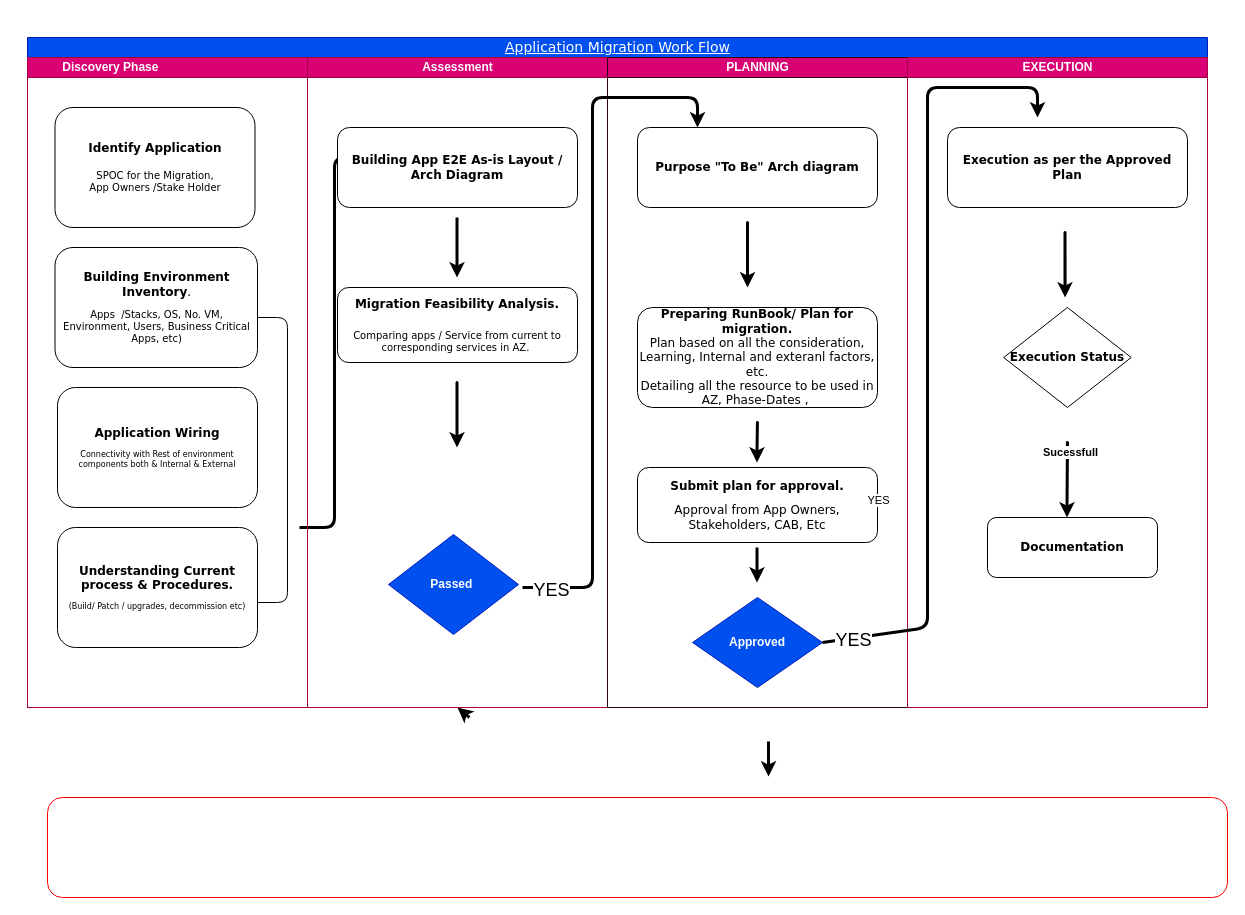
Above: 4 Phase Migration.drawio in chickoo213/resume (draw.io), before the change. Source tidied: cells renumbered, new cells numbered last; positions are measured from the earlier drawing's top-left corner, leaving out a move shared by most shapes. Both pictures are drawn from the tidied source at 100%, with x=0, y=0 at pixel (27, 37).
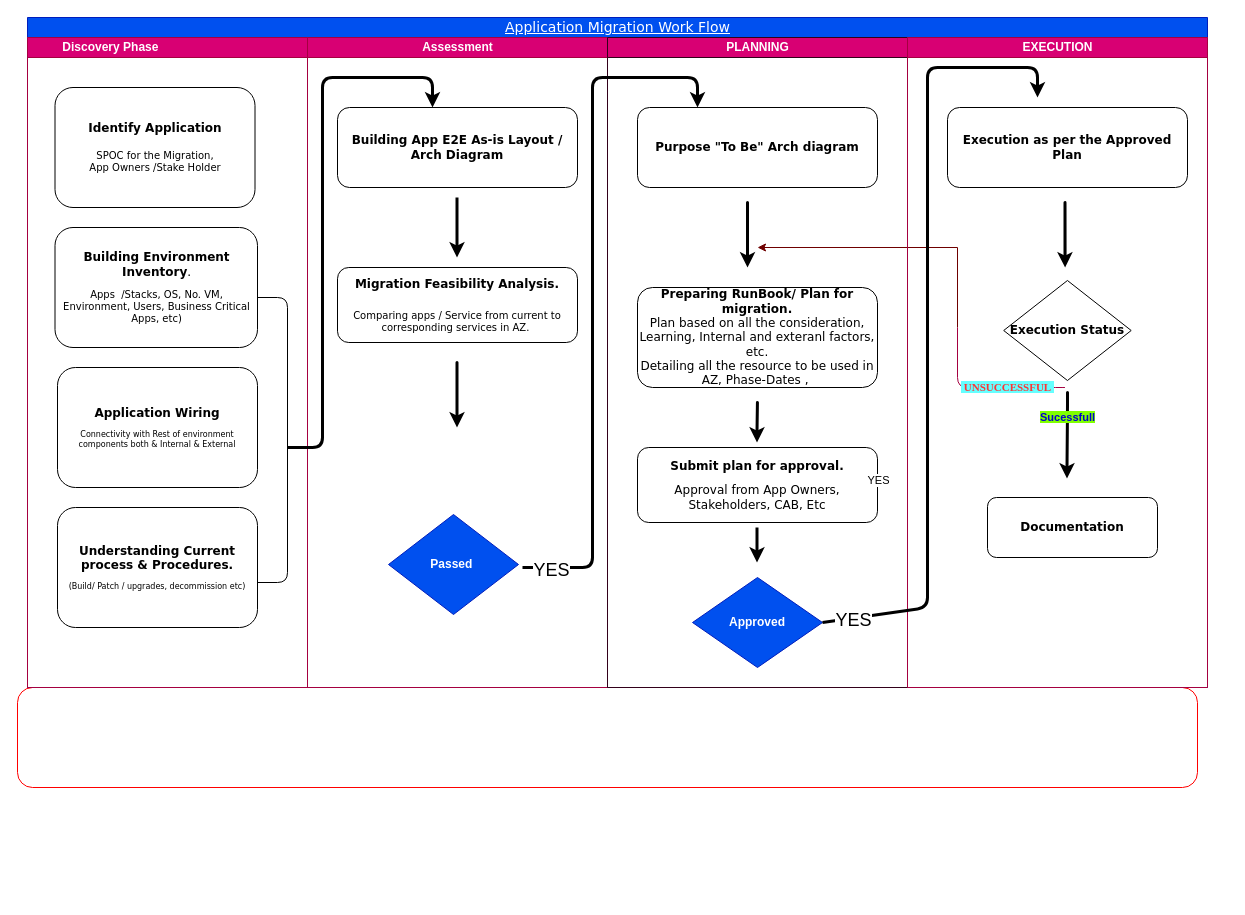
The same page after the edit.

The change refers to these unchanged cells:
```xml
<mxCell id="13" value="Assessment" style="swimlane;html=1;startSize=20;align=center;strokeColor=#A50040;fillColor=#d80073;fontColor=#ffffff;" parent="6" vertex="1">
  <mxGeometry x="280" y="20" width="300" height="650" as="geometry" />
</mxCell>
<mxCell id="19" value="PLANNING" style="swimlane;html=1;startSize=20;align=center;fillColor=#d80073;fontColor=#ffffff;strokeColor=#33001A;" parent="6" vertex="1">
  <mxGeometry x="580" y="20" width="300" height="650" as="geometry" />
</mxCell>
<mxCell id="29" value="EXECUTION" style="swimlane;html=1;startSize=20;align=center;strokeColor=#A50040;fillColor=#d80073;fontColor=#ffffff;" parent="6" vertex="1">
  <mxGeometry x="880" y="20" width="300" height="650" as="geometry" />
</mxCell>
```

What changed in the source:
```diff
@@
     <mxCell id="2" style="rounded=1;whiteSpace=wrap;html=1;strokeColor=#FF0000;" parent="1" vertex="1">
-      <mxGeometry x="20" y="760" width="1180" height="100" as="geometry" />
+      <mxGeometry x="-10" y="650" width="1180" height="100" as="geometry" />
     </mxCell>
-    <mxCell id="3" style="endArrow=classic;html=1;strokeWidth=3;" parent="1" edge="1">
-      <mxGeometry relative="1" as="geometry">
-        <mxPoint x="741" y="704" as="sourcePoint" />
-        <mxPoint x="741" y="739" as="targetPoint" />
-        <Array as="points">
-          <mxPoint x="741" y="704" />
-        </Array>
-      </mxGeometry>
-    </mxCell>
-    <mxCell id="4" style="endArrow=classic;html=1;strokeWidth=3;entryX=0.5;entryY=1;entryDx=0;entryDy=0;" parent="1" edge="1" target="13">
-      <mxGeometry relative="1" as="geometry">
-        <mxPoint x="442" y="680" as="sourcePoint" />
-        <Array as="points">
-          <mxPoint x="442" y="680" />
-        </Array>
-      </mxGeometry>
-    </mxCell>
-    <mxCell id="5" style="endArrow=classic;html=1;strokeWidth=3;" parent="1" edge="1">
-      <mxGeometry relative="1" as="geometry">
-        <mxPoint x="272" y="490" as="sourcePoint" />
-        <mxPoint x="417" y="150" as="targetPoint" />
-        <Array as="points">
-          <mxPoint x="307" y="490" />
-          <mxPoint x="307" y="120" />
-          <mxPoint x="417" y="120" />
-        </Array>
-      </mxGeometry>
-    </mxCell>
+    <mxCell id="38" style="endArrow=classic;html=1;strokeWidth=3;" parent="1" edge="1">
+      <mxGeometry relative="1" as="geometry">
+        <mxPoint x="1037.6" y="220" as="sourcePoint" />
+        <mxPoint x="1037.6" y="230" as="targetPoint" />
+        <Array as="points">
+          <mxPoint x="1037.5" y="160" />
+          <mxPoint x="1037.5" y="220" />
+        </Array>
+      </mxGeometry>
+    </mxCell>
     <mxCell id="6" value="&lt;font style=&quot;font-weight: normal ; font-size: 14px&quot;&gt;&lt;u&gt;Application Migration Work Flow&lt;/u&gt;&lt;/font&gt;" style="swimlane;html=1;startSize=20;rounded=0;shadow=0;labelBackgroundColor=none;strokeWidth=1;fontFamily=Verdana;fontSize=8;align=center;strokeColor=#001DBC;fillColor=#0050ef;fontColor=#ffffff;" parent="1" vertex="1">
-      <mxGeometry width="1180" height="670" as="geometry" />
+      <mxGeometry y="-20" width="1180" height="670" as="geometry" />
     </mxCell>
@@
+    <mxCell id="5" style="endArrow=classic;html=1;strokeWidth=3;" parent="13" edge="1">
+      <mxGeometry relative="1" as="geometry">
+        <mxPoint x="-20" y="410" as="sourcePoint" />
+        <mxPoint x="125" y="70" as="targetPoint" />
+        <Array as="points">
+          <mxPoint x="15" y="410" />
+          <mxPoint x="15" y="40" />
+          <mxPoint x="125" y="40" />
+        </Array>
+      </mxGeometry>
+    </mxCell>
@@
+    <mxCell id="39" style="edgeStyle=elbowEdgeStyle;elbow=vertical;endArrow=classic;html=1;fontStyle=1;rounded=0;fillColor=#a20025;strokeColor=#6F0000;jumpSize=10;" parent="19" edge="1">
+      <mxGeometry relative="1" as="geometry">
+        <mxPoint x="350" y="290" as="sourcePoint" />
+        <mxPoint x="150" y="210" as="targetPoint" />
+        <Array as="points">
+          <mxPoint x="260" y="210" />
+          <mxPoint x="310" y="180" />
+          <mxPoint x="333.2" y="230" />
+          <mxPoint x="333.2" y="220" />
+        </Array>
+      </mxGeometry>
+    </mxCell>
@@
     <mxCell id="33" value="&lt;font style=&quot;font-size: 12px&quot;&gt;&lt;b&gt;Execution Status&lt;/b&gt;&lt;/font&gt;" style="rhombus;whiteSpace=wrap;html=1;rounded=0;shadow=0;labelBackgroundColor=none;strokeWidth=1;fontFamily=Verdana;fontSize=8;align=center;" parent="29" vertex="1">
-      <mxGeometry x="96.2" y="250" width="127.5" height="100" as="geometry" />
+      <mxGeometry x="96.2" y="243" width="127.5" height="100" as="geometry" />
     </mxCell>
@@
-    <mxCell id="36" style="endArrow=classic;html=1;strokeWidth=3;" parent="29" edge="1">
+    <mxCell id="36" style="endArrow=classic;html=1;strokeWidth=3;" parent="29" edge="1" source="37">
       <mxGeometry relative="1" as="geometry">
-        <mxPoint x="159.5" y="450" as="sourcePoint" />
-        <mxPoint x="159.5" y="460" as="targetPoint" />
+        <mxPoint x="159.5" y="441" as="targetPoint" />
         <Array as="points">
-          <mxPoint x="160" y="380" />
-          <mxPoint x="159.5" y="450" />
+          <mxPoint x="160" y="350" />
+          <mxPoint x="160" y="371" />
+          <mxPoint x="159.5" y="431" />
         </Array>
       </mxGeometry>
     </mxCell>
-    <mxCell id="37" value="&lt;b&gt;Sucessfull&lt;/b&gt;" style="edgeLabel;html=1;align=center;verticalAlign=middle;points=[];" parent="36" vertex="1">
-      <mxGeometry x="-0.26" y="-3" relative="1" as="geometry" />
+    <mxCell id="37" value="&lt;b style=&quot;font-size: 11px&quot;&gt;&lt;font color=&quot;#0000cc&quot; style=&quot;background-color: rgb(128 , 255 , 0)&quot;&gt;Sucessfull&lt;/font&gt;&lt;/b&gt;" style="text;html=1;align=center;verticalAlign=middle;points=[];" parent="29" vertex="1">
+      <mxGeometry x="125" y="370" width="70" height="20" as="geometry" />
     </mxCell>
-    <mxCell id="38" style="endArrow=classic;html=1;strokeWidth=3;" parent="1" edge="1">
-      <mxGeometry relative="1" as="geometry">
-        <mxPoint x="1037.6" y="250" as="sourcePoint" />
-        <mxPoint x="1037.6" y="260" as="targetPoint" />
-        <Array as="points">
-          <mxPoint x="1037.5" y="190" />
-          <mxPoint x="1037.5" y="250" />
-        </Array>
-      </mxGeometry>
-    </mxCell>
+    <mxCell id="40" style="endArrow=none;html=1;fillColor=#d80073;strokeColor=#A50040;startSize=10;endSize=10;" parent="1" edge="1">
+      <mxGeometry relative="1" as="geometry">
+        <mxPoint x="1030" y="350" as="sourcePoint" />
+        <mxPoint x="930" y="290" as="targetPoint" />
+        <Array as="points">
+          <mxPoint x="1040" y="350" />
+          <mxPoint x="1030" y="350" />
+          <mxPoint x="930" y="350" />
+        </Array>
+      </mxGeometry>
+    </mxCell>
+    <mxCell id="41" style="edgeLabel;html=1;align=center;verticalAlign=middle;" parent="40" vertex="1">
+      <mxGeometry x="-0.25" y="-3" relative="1" as="geometry" />
+    </mxCell>
+    <mxCell id="42" value="&lt;font color=&quot;#ff3333&quot; face=&quot;Times New Roman&quot;&gt;&lt;span style=&quot;background-color: rgb(102 , 255 , 255)&quot;&gt;&lt;span&gt;&amp;nbsp;UNSUCCESSFUL&amp;nbsp;&lt;/span&gt;&lt;/span&gt;&lt;/font&gt;" style="edgeLabel;html=1;align=center;verticalAlign=middle;fontStyle=1;" parent="40" vertex="1">
+      <mxGeometry x="-0.21" y="-1" relative="1" as="geometry" />
+    </mxCell>
```
